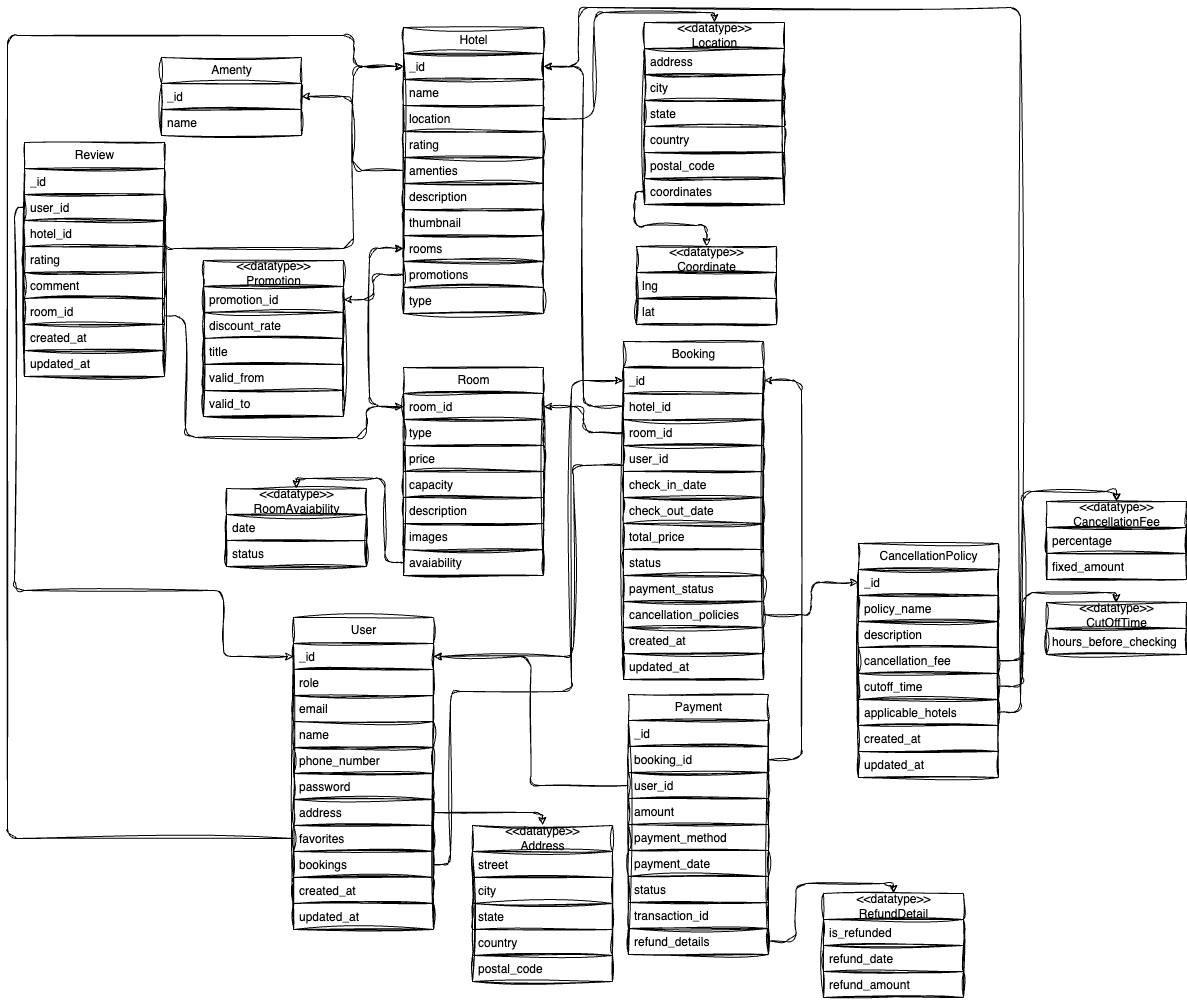
This is diagrams/database/database.png from tuankietcoderr/SE400, a draw.io export, as it was before one commit. Source tidied: cells renumbered, new cells last; positions are measured from the earlier drawing's top-left corner, leaving out a move shared by most shapes.
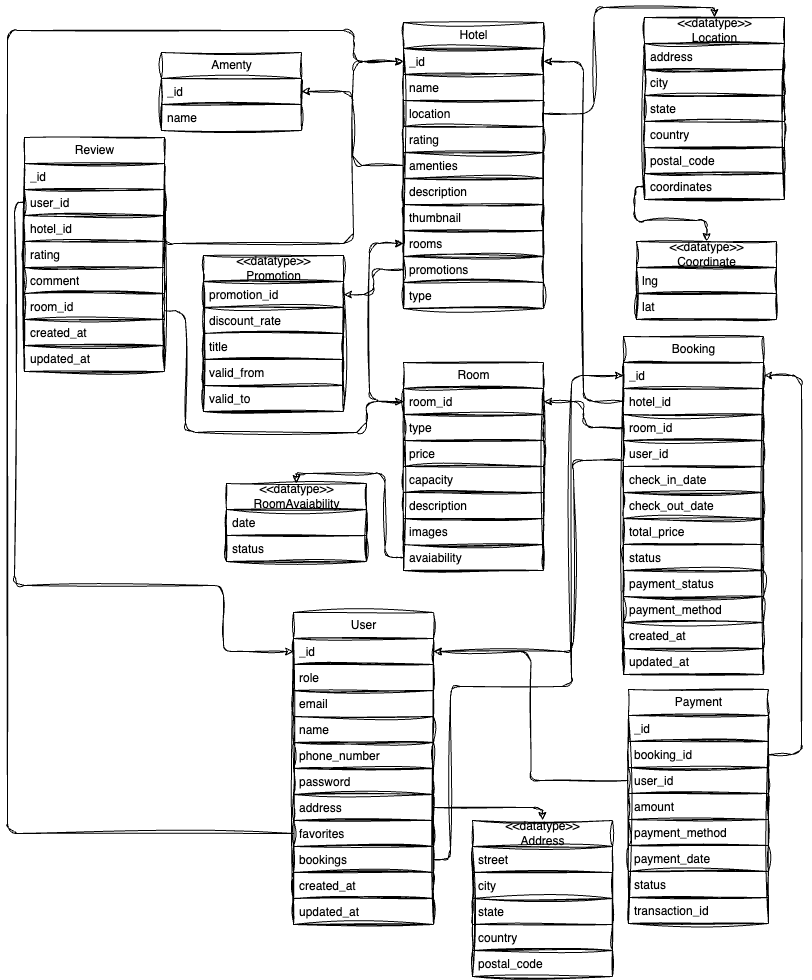
The same diagram one commit later.

The edit, as a diff of the source:
```diff
@@ -89,9 +89,9 @@
     <mxCell id="30" value="payment_status" style="text;strokeColor=#000000;fillColor=none;align=left;verticalAlign=top;spacingLeft=4;spacingRight=4;overflow=hidden;whiteSpace=wrap;html=1;fontColor=#000000;sketch=1;curveFitting=1;jiggle=2;" parent="21" vertex="1">
       <mxGeometry y="234" width="140" height="26" as="geometry" />
     </mxCell>
-    <mxCell id="31" value="cancellation_policies" style="text;strokeColor=#000000;fillColor=none;align=left;verticalAlign=top;spacingLeft=4;spacingRight=4;overflow=hidden;points=[[0,0.5],[1,0.5]];portConstraint=eastwest;whiteSpace=wrap;html=1;fontColor=#000000;sketch=1;curveFitting=1;jiggle=2;" parent="21" vertex="1">
-      <mxGeometry y="260" width="140" height="26" as="geometry" />
-    </mxCell>
+    <mxCell id="133" value="payment_method" style="text;strokeColor=#000000;fillColor=none;align=left;verticalAlign=top;spacingLeft=4;spacingRight=4;overflow=hidden;whiteSpace=wrap;html=1;fontColor=#000000;sketch=1;curveFitting=1;jiggle=2;" parent="21" vertex="1">
+      <mxGeometry y="260" width="140" height="26" as="geometry" />
+    </mxCell>
     <mxCell id="32" value="created_at" style="text;strokeColor=#000000;fillColor=none;align=left;verticalAlign=top;spacingLeft=4;spacingRight=4;overflow=hidden;whiteSpace=wrap;html=1;fontColor=#000000;sketch=1;curveFitting=1;jiggle=2;" parent="21" vertex="1">
       <mxGeometry y="286" width="140" height="26" as="geometry" />
     </mxCell>
@@ -99,7 +99,7 @@
       <mxGeometry y="312" width="140" height="26" as="geometry" />
     </mxCell>
     <mxCell id="34" value="Payment" style="swimlane;fontStyle=0;horizontal=1;startSize=26;fillColor=none;html=1;strokeColor=#000000;fontColor=#000000;sketch=1;curveFitting=1;jiggle=2;" parent="1" vertex="1">
-      <mxGeometry x="621" y="687" width="140" height="260" as="geometry" />
+      <mxGeometry x="621" y="687" width="140" height="234" as="geometry" />
     </mxCell>
     <mxCell id="35" value="_id" style="text;strokeColor=#000000;fillColor=none;align=left;verticalAlign=top;spacingLeft=4;spacingRight=4;overflow=hidden;whiteSpace=wrap;html=1;fontColor=#000000;sketch=1;curveFitting=1;jiggle=2;" parent="34" vertex="1">
       <mxGeometry y="26" width="140" height="26" as="geometry" />
@@ -125,9 +125,6 @@
     <mxCell id="42" value="transaction_id" style="text;strokeColor=#000000;fillColor=none;align=left;verticalAlign=top;spacingLeft=4;spacingRight=4;overflow=hidden;whiteSpace=wrap;html=1;fontColor=#000000;sketch=1;curveFitting=1;jiggle=2;" parent="34" vertex="1">
       <mxGeometry y="208" width="140" height="26" as="geometry" />
     </mxCell>
-    <mxCell id="43" value="refund_details" style="text;strokeColor=#000000;fillColor=none;align=left;verticalAlign=top;spacingLeft=4;spacingRight=4;overflow=hidden;points=[[0,0.5],[1,0.5]];portConstraint=eastwest;whiteSpace=wrap;html=1;fontColor=#000000;sketch=1;curveFitting=1;jiggle=2;" parent="34" vertex="1">
-      <mxGeometry y="234" width="140" height="26" as="geometry" />
-    </mxCell>
     <mxCell id="44" value="User" style="swimlane;fontStyle=0;horizontal=1;startSize=26;fillColor=none;html=1;strokeColor=#000000;fontColor=#000000;sketch=1;curveFitting=1;jiggle=2;" parent="1" vertex="1">
       <mxGeometry x="286" y="610" width="140" height="312" as="geometry" />
     </mxCell>
@@ -306,69 +303,6 @@
     <mxCell id="95" style="edgeStyle=orthogonalEdgeStyle;sketch=1;hachureGap=4;jiggle=2;curveFitting=1;html=1;shadow=0;strokeColor=#000000;fontFamily=Architects Daughter;fontSource=https%3A%2F%2Ffonts.googleapis.com%2Fcss%3Ffamily%3DArchitects%2BDaughter;fontSize=16;entryX=0.5;entryY=0;entryDx=0;entryDy=0;" parent="1" edge="1" source="20" target="92">
       <mxGeometry relative="1" as="geometry" />
     </mxCell>
-    <mxCell id="96" value="CancellationPolicy" style="swimlane;fontStyle=0;horizontal=1;startSize=26;fillColor=none;html=1;strokeColor=#000000;fontColor=#000000;sketch=1;curveFitting=1;jiggle=2;" parent="1" vertex="1">
-      <mxGeometry x="851" y="536" width="140" height="234" as="geometry" />
-    </mxCell>
-    <mxCell id="97" value="_id" style="text;strokeColor=#000000;fillColor=none;align=left;verticalAlign=top;spacingLeft=4;spacingRight=4;overflow=hidden;points=[[0,0.5],[1,0.5]];portConstraint=eastwest;whiteSpace=wrap;html=1;fontColor=#000000;sketch=1;curveFitting=1;jiggle=2;" parent="96" vertex="1">
-      <mxGeometry y="26" width="140" height="26" as="geometry" />
-    </mxCell>
-    <mxCell id="98" value="policy_name" style="text;strokeColor=#000000;fillColor=none;align=left;verticalAlign=top;spacingLeft=4;spacingRight=4;overflow=hidden;whiteSpace=wrap;html=1;fontColor=#000000;sketch=1;curveFitting=1;jiggle=2;" parent="96" vertex="1">
-      <mxGeometry y="52" width="140" height="26" as="geometry" />
-    </mxCell>
-    <mxCell id="99" value="description" style="text;strokeColor=#000000;fillColor=none;align=left;verticalAlign=top;spacingLeft=4;spacingRight=4;overflow=hidden;whiteSpace=wrap;html=1;fontColor=#000000;sketch=1;curveFitting=1;jiggle=2;" parent="96" vertex="1">
-      <mxGeometry y="78" width="140" height="26" as="geometry" />
-    </mxCell>
-    <mxCell id="100" value="cancellation_fee" style="text;strokeColor=#000000;fillColor=none;align=left;verticalAlign=top;spacingLeft=4;spacingRight=4;overflow=hidden;points=[[0,0.5],[1,0.5]];portConstraint=eastwest;whiteSpace=wrap;html=1;fontColor=#000000;sketch=1;curveFitting=1;jiggle=2;" parent="96" vertex="1">
-      <mxGeometry y="104" width="140" height="26" as="geometry" />
-    </mxCell>
-    <mxCell id="101" value="cutoff_time" style="text;strokeColor=#000000;fillColor=none;align=left;verticalAlign=top;spacingLeft=4;spacingRight=4;overflow=hidden;points=[[0,0.5],[1,0.5]];portConstraint=eastwest;whiteSpace=wrap;html=1;fontColor=#000000;sketch=1;curveFitting=1;jiggle=2;" parent="96" vertex="1">
-      <mxGeometry y="130" width="140" height="26" as="geometry" />
-    </mxCell>
-    <mxCell id="102" value="applicable_hotels" style="text;strokeColor=#000000;fillColor=none;align=left;verticalAlign=top;spacingLeft=4;spacingRight=4;overflow=hidden;points=[[0,0.5],[1,0.5]];portConstraint=eastwest;whiteSpace=wrap;html=1;fontColor=#000000;sketch=1;curveFitting=1;jiggle=2;" parent="96" vertex="1">
-      <mxGeometry y="156" width="140" height="26" as="geometry" />
-    </mxCell>
-    <mxCell id="103" value="created_at" style="text;strokeColor=#000000;fillColor=none;align=left;verticalAlign=top;spacingLeft=4;spacingRight=4;overflow=hidden;whiteSpace=wrap;html=1;fontColor=#000000;sketch=1;curveFitting=1;jiggle=2;" parent="96" vertex="1">
-      <mxGeometry y="182" width="140" height="26" as="geometry" />
-    </mxCell>
-    <mxCell id="104" value="updated_at" style="text;strokeColor=#000000;fillColor=none;align=left;verticalAlign=top;spacingLeft=4;spacingRight=4;overflow=hidden;whiteSpace=wrap;html=1;fontColor=#000000;sketch=1;curveFitting=1;jiggle=2;" parent="96" vertex="1">
-      <mxGeometry y="208" width="140" height="26" as="geometry" />
-    </mxCell>
-    <mxCell id="105" style="edgeStyle=orthogonalEdgeStyle;sketch=1;hachureGap=4;jiggle=2;curveFitting=1;html=1;shadow=0;strokeColor=#000000;fontFamily=Architects Daughter;fontSource=https%3A%2F%2Ffonts.googleapis.com%2Fcss%3Ffamily%3DArchitects%2BDaughter;fontSize=16;entryX=0;entryY=0.5;entryDx=0;entryDy=0;" parent="1" edge="1" source="31" target="97">
-      <mxGeometry relative="1" as="geometry" />
-    </mxCell>
-    <mxCell id="106" value="&amp;lt;&amp;lt;datatype&amp;gt;&amp;gt;&lt;br&gt;RefundDetail" style="swimlane;fontStyle=0;horizontal=1;startSize=26;fillColor=none;html=1;strokeColor=#000000;fontColor=#000000;sketch=1;curveFitting=1;jiggle=2;" parent="1" vertex="1">
-      <mxGeometry x="816" y="886" width="140" height="104" as="geometry" />
-    </mxCell>
-    <mxCell id="107" value="is_refunded" style="text;strokeColor=#000000;fillColor=none;align=left;verticalAlign=top;spacingLeft=4;spacingRight=4;overflow=hidden;whiteSpace=wrap;html=1;fontColor=#000000;sketch=1;curveFitting=1;jiggle=2;" parent="106" vertex="1">
-      <mxGeometry y="26" width="140" height="26" as="geometry" />
-    </mxCell>
-    <mxCell id="108" value="refund_date" style="text;strokeColor=#000000;fillColor=none;align=left;verticalAlign=top;spacingLeft=4;spacingRight=4;overflow=hidden;whiteSpace=wrap;html=1;fontColor=#000000;sketch=1;curveFitting=1;jiggle=2;" parent="106" vertex="1">
-      <mxGeometry y="52" width="140" height="26" as="geometry" />
-    </mxCell>
-    <mxCell id="109" value="refund_amount" style="text;strokeColor=#000000;fillColor=none;align=left;verticalAlign=top;spacingLeft=4;spacingRight=4;overflow=hidden;whiteSpace=wrap;html=1;fontColor=#000000;sketch=1;curveFitting=1;jiggle=2;" parent="106" vertex="1">
-      <mxGeometry y="78" width="140" height="26" as="geometry" />
-    </mxCell>
-    <mxCell id="110" value="&amp;lt;&amp;lt;datatype&amp;gt;&amp;gt;&lt;br&gt;CancellationFee" style="swimlane;fontStyle=0;horizontal=1;startSize=26;fillColor=none;html=1;strokeColor=#000000;fontColor=#000000;sketch=1;curveFitting=1;jiggle=2;" parent="1" vertex="1">
-      <mxGeometry x="1039" y="494" width="140" height="78" as="geometry" />
-    </mxCell>
-    <mxCell id="111" value="percentage&lt;span style=&quot;white-space: pre;&quot;&gt;&#9;&lt;/span&gt;" style="text;strokeColor=#000000;fillColor=none;align=left;verticalAlign=top;spacingLeft=4;spacingRight=4;overflow=hidden;whiteSpace=wrap;html=1;fontColor=#000000;sketch=1;curveFitting=1;jiggle=2;" parent="110" vertex="1">
-      <mxGeometry y="26" width="140" height="26" as="geometry" />
-    </mxCell>
-    <mxCell id="112" value="fixed_amount" style="text;strokeColor=#000000;fillColor=none;align=left;verticalAlign=top;spacingLeft=4;spacingRight=4;overflow=hidden;whiteSpace=wrap;html=1;fontColor=#000000;sketch=1;curveFitting=1;jiggle=2;" parent="110" vertex="1">
-      <mxGeometry y="52" width="140" height="26" as="geometry" />
-    </mxCell>
-    <mxCell id="113" style="edgeStyle=orthogonalEdgeStyle;sketch=1;hachureGap=4;jiggle=2;curveFitting=1;html=1;entryX=0.5;entryY=0;entryDx=0;entryDy=0;shadow=0;strokeColor=#000000;fontFamily=Architects Daughter;fontSource=https%3A%2F%2Ffonts.googleapis.com%2Fcss%3Ffamily%3DArchitects%2BDaughter;fontSize=16;" parent="1" edge="1" source="100" target="110">
-      <mxGeometry relative="1" as="geometry" />
-    </mxCell>
-    <mxCell id="114" value="&amp;lt;&amp;lt;datatype&amp;gt;&amp;gt;&lt;br&gt;CutOffTime" style="swimlane;fontStyle=0;horizontal=1;startSize=26;fillColor=none;html=1;strokeColor=#000000;fontColor=#000000;sketch=1;curveFitting=1;jiggle=2;" parent="1" vertex="1">
-      <mxGeometry x="1039" y="595" width="140" height="52" as="geometry" />
-    </mxCell>
-    <mxCell id="115" value="hours_before_checking" style="text;strokeColor=#000000;fillColor=none;align=left;verticalAlign=top;spacingLeft=4;spacingRight=4;overflow=hidden;whiteSpace=wrap;html=1;fontColor=#000000;sketch=1;curveFitting=1;jiggle=2;" parent="114" vertex="1">
-      <mxGeometry y="26" width="140" height="26" as="geometry" />
-    </mxCell>
-    <mxCell id="116" style="edgeStyle=orthogonalEdgeStyle;sketch=1;hachureGap=4;jiggle=2;curveFitting=1;html=1;entryX=0.5;entryY=0;entryDx=0;entryDy=0;shadow=0;strokeColor=#000000;fontFamily=Architects Daughter;fontSource=https%3A%2F%2Ffonts.googleapis.com%2Fcss%3Ffamily%3DArchitects%2BDaughter;fontSize=16;" parent="1" edge="1" source="101" target="114">
-      <mxGeometry relative="1" as="geometry" />
-    </mxCell>
     <mxCell id="117" style="edgeStyle=orthogonalEdgeStyle;sketch=1;hachureGap=4;jiggle=2;curveFitting=1;html=1;entryX=1;entryY=0.5;entryDx=0;entryDy=0;shadow=0;strokeColor=#000000;fontFamily=Architects Daughter;fontSource=https%3A%2F%2Ffonts.googleapis.com%2Fcss%3Ffamily%3DArchitects%2BDaughter;fontSize=16;" parent="1" edge="1" source="37" target="45">
       <mxGeometry relative="1" as="geometry" />
     </mxCell>
@@ -380,19 +314,6 @@
         </Array>
       </mxGeometry>
     </mxCell>
-    <mxCell id="119" style="edgeStyle=orthogonalEdgeStyle;sketch=1;hachureGap=4;jiggle=2;curveFitting=1;html=1;entryX=0.5;entryY=0;entryDx=0;entryDy=0;shadow=0;strokeColor=#000000;fontFamily=Architects Daughter;fontSource=https%3A%2F%2Ffonts.googleapis.com%2Fcss%3Ffamily%3DArchitects%2BDaughter;fontSize=16;" parent="1" edge="1" source="43" target="106">
-      <mxGeometry relative="1" as="geometry" />
-    </mxCell>
-    <mxCell id="120" style="edgeStyle=orthogonalEdgeStyle;sketch=1;hachureGap=4;jiggle=2;curveFitting=1;html=1;entryX=1;entryY=0.5;entryDx=0;entryDy=0;shadow=0;strokeColor=#000000;fontFamily=Architects Daughter;fontSource=https%3A%2F%2Ffonts.googleapis.com%2Fcss%3Ffamily%3DArchitects%2BDaughter;fontSize=16;" parent="1" edge="1" source="102" target="3">
-      <mxGeometry relative="1" as="geometry">
-        <Array as="points">
-          <mxPoint x="1013" y="705" />
-          <mxPoint x="1013" />
-          <mxPoint x="571" />
-          <mxPoint x="571" y="59" />
-        </Array>
-      </mxGeometry>
-    </mxCell>
     <mxCell id="121" style="edgeStyle=orthogonalEdgeStyle;sketch=1;hachureGap=4;jiggle=2;curveFitting=1;html=1;entryX=1;entryY=0.25;entryDx=0;entryDy=0;shadow=0;strokeColor=#000000;fontFamily=Architects Daughter;fontSource=https%3A%2F%2Ffonts.googleapis.com%2Fcss%3Ffamily%3DArchitects%2BDaughter;fontSize=16;" parent="1" edge="1" source="11" target="82">
       <mxGeometry relative="1" as="geometry" />
     </mxCell>
```
